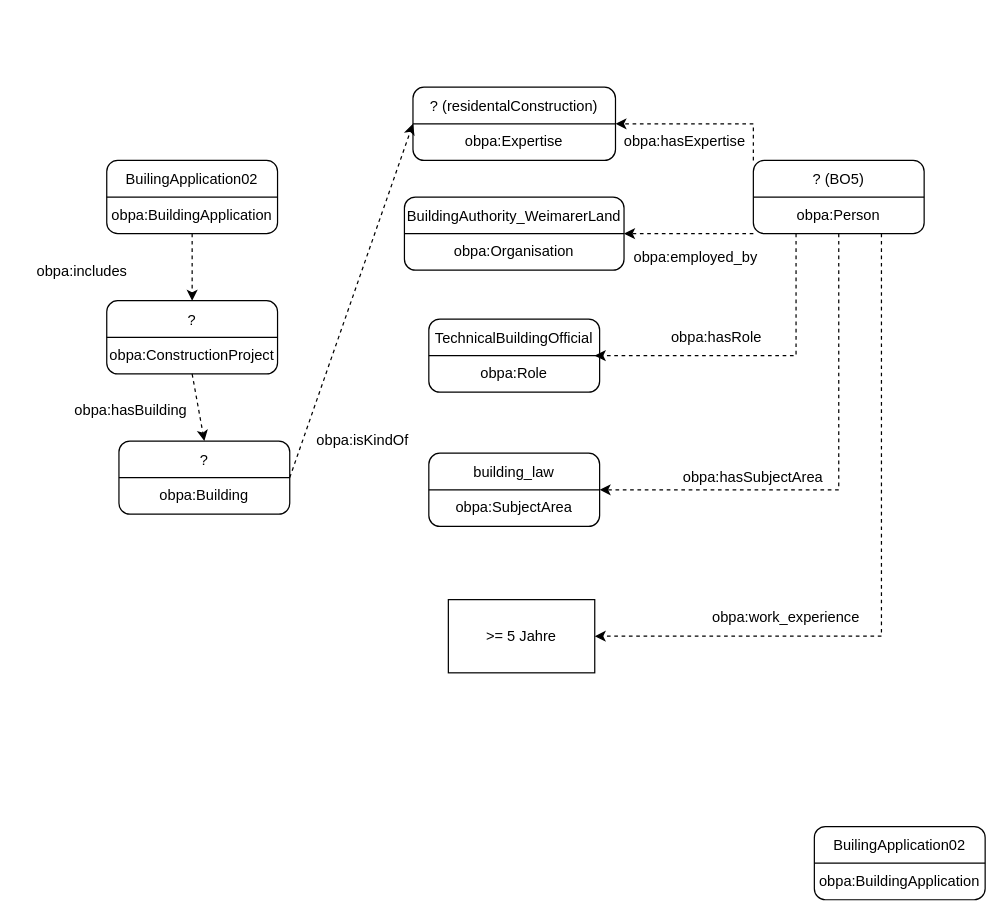
Before: OBPA-Diagrams/Unbenanntes Diagramm.drawio in SebSeis/OBPA, a draw.io diagram. Source tidied: cells renumbered, new cells numbered last; positions are measured from the earlier drawing's top-left corner, leaving out a move shared by most shapes. Both pictures are drawn from the tidied source at 122%, with x=0, y=0 at pixel (21, 87). Pictures stored in the file or linked from it are replaced by grey dashed boxes.
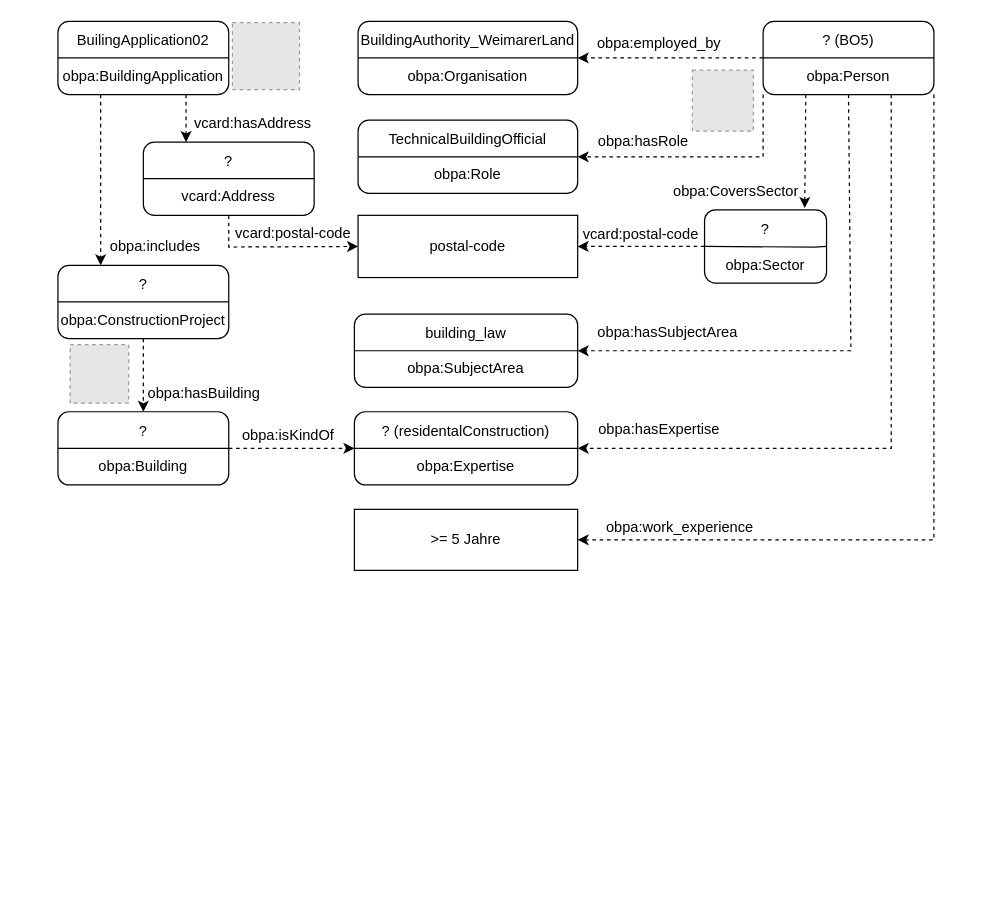
After the change.

The edit, as a diff of the source:
```diff
@@
     <mxCell id="2" value="BuilingApplication02&lt;br&gt;&lt;br&gt;obpa:BuildingApplication" style="rounded=1;whiteSpace=wrap;html=1;" parent="1" vertex="1">
-      <mxGeometry x="70" y="60" width="140" height="60" as="geometry" />
+      <mxGeometry x="30" y="-54" width="140" height="60" as="geometry" />
     </mxCell>
@@
     <mxCell id="4" value="?&lt;br&gt;&lt;br&gt;obpa:ConstructionProject" style="rounded=1;whiteSpace=wrap;html=1;" parent="1" vertex="1">
-      <mxGeometry x="70" y="175" width="140" height="60" as="geometry" />
+      <mxGeometry x="30" y="146" width="140" height="60" as="geometry" />
     </mxCell>
@@
-    <mxCell id="6" value="BuilingApplication02&lt;br&gt;&lt;br&gt;obpa:BuildingApplication" style="rounded=1;whiteSpace=wrap;html=1;" parent="1" vertex="1">
-      <mxGeometry x="650" y="606" width="140" height="60" as="geometry" />
+    <mxCell id="6" value="?&lt;br&gt;&lt;br&gt;vcard:Address" style="rounded=1;whiteSpace=wrap;html=1;" parent="1" vertex="1">
+      <mxGeometry x="100" y="45" width="140" height="60" as="geometry" />
     </mxCell>
@@
     <mxCell id="8" value="?&lt;br&gt;&lt;br&gt;obpa:Building" style="rounded=1;whiteSpace=wrap;html=1;" parent="1" vertex="1">
-      <mxGeometry x="80" y="290" width="140" height="60" as="geometry" />
+      <mxGeometry x="30" y="266" width="140" height="60" as="geometry" />
     </mxCell>
@@
     <mxCell id="10" value="? (residentalConstruction)&lt;br&gt;&lt;br&gt;obpa:Expertise" style="rounded=1;whiteSpace=wrap;html=1;" parent="1" vertex="1">
-      <mxGeometry x="321" width="166" height="60" as="geometry" />
+      <mxGeometry x="273" y="266" width="183" height="60" as="geometry" />
     </mxCell>
@@
     <mxCell id="12" value="building_law&lt;br&gt;&lt;br&gt;obpa:SubjectArea" style="rounded=1;whiteSpace=wrap;html=1;" parent="1" vertex="1">
-      <mxGeometry x="334" y="300" width="140" height="60" as="geometry" />
+      <mxGeometry x="273" y="186" width="183" height="60" as="geometry" />
     </mxCell>
@@
     <mxCell id="14" value="TechnicalBuildingOfficial&lt;br&gt;&lt;br&gt;obpa:Role" style="rounded=1;whiteSpace=wrap;html=1;" parent="1" vertex="1">
-      <mxGeometry x="334" y="190" width="140" height="60" as="geometry" />
+      <mxGeometry x="276" y="27" width="180" height="60" as="geometry" />
     </mxCell>
@@
     <mxCell id="16" value="BuildingAuthority_WeimarerLand&lt;br&gt;&lt;br&gt;obpa:Organisation" style="rounded=1;whiteSpace=wrap;html=1;" parent="1" vertex="1">
-      <mxGeometry x="314" y="90" width="180" height="60" as="geometry" />
+      <mxGeometry x="276" y="-54" width="180" height="60" as="geometry" />
     </mxCell>
@@
     <mxCell id="18" value="? (BO5)&lt;br&gt;&lt;br&gt;obpa:Person" style="rounded=1;whiteSpace=wrap;html=1;" parent="1" vertex="1">
-      <mxGeometry x="600" y="60" width="140" height="60" as="geometry" />
+      <mxGeometry x="608" y="-54" width="140" height="60" as="geometry" />
     </mxCell>
@@
     <mxCell id="20" style="endArrow=classic;html=1;rounded=0;dashed=1;entryX=1;entryY=0.5;entryDx=0;entryDy=0;exitX=0.5;exitY=1;exitDx=0;exitDy=0;" parent="1" edge="1" source="18" target="12">
       <mxGeometry relative="1" as="geometry">
         <Array as="points">
-          <mxPoint x="670" y="330" />
+          <mxPoint x="680" y="216" />
         </Array>
       </mxGeometry>
     </mxCell>
     <mxCell id="21" value="obpa:hasSubjectArea" style="text;html=1;strokeColor=none;fillColor=none;align=center;verticalAlign=middle;whiteSpace=wrap;rounded=0;" parent="1" vertex="1">
-      <mxGeometry x="550" y="305" width="100" height="30" as="geometry" />
+      <mxGeometry x="480" y="186" width="100" height="30" as="geometry" />
     </mxCell>
-    <mxCell id="22" style="endArrow=classic;html=1;rounded=0;dashed=1;exitX=0.25;exitY=1;exitDx=0;exitDy=0;" parent="1" edge="1" source="18">
+    <mxCell id="22" style="endArrow=classic;html=1;rounded=0;dashed=1;exitX=0;exitY=1;exitDx=0;exitDy=0;entryX=1;entryY=0.5;entryDx=0;entryDy=0;" parent="1" edge="1" source="18" target="14">
       <mxGeometry relative="1" as="geometry">
-        <mxPoint x="470" y="220" as="targetPoint" />
         <Array as="points">
-          <mxPoint x="635" y="220" />
+          <mxPoint x="608" y="57" />
         </Array>
       </mxGeometry>
     </mxCell>
     <mxCell id="23" value="obpa:hasRole" style="text;html=1;strokeColor=none;fillColor=none;align=center;verticalAlign=middle;whiteSpace=wrap;rounded=0;" parent="1" vertex="1">
-      <mxGeometry x="520" y="190" width="100" height="30" as="geometry" />
+      <mxGeometry x="460" y="30" width="100" height="30" as="geometry" />
     </mxCell>
     <mxCell id="24" value="&amp;gt;= 5 Jahre" style="rounded=0;whiteSpace=wrap;html=1;" parent="1" vertex="1">
-      <mxGeometry x="350" y="420" width="120" height="60" as="geometry" />
+      <mxGeometry x="273" y="346" width="183" height="50" as="geometry" />
     </mxCell>
-    <mxCell id="25" style="endArrow=classic;html=1;rounded=0;dashed=1;exitX=0.75;exitY=1;exitDx=0;exitDy=0;entryX=1;entryY=0.5;entryDx=0;entryDy=0;" parent="1" edge="1" source="18" target="24">
+    <mxCell id="25" style="endArrow=classic;html=1;rounded=0;dashed=1;exitX=1;exitY=1;exitDx=0;exitDy=0;entryX=1;entryY=0.5;entryDx=0;entryDy=0;" parent="1" edge="1" source="18" target="24">
       <mxGeometry relative="1" as="geometry">
         <Array as="points">
-          <mxPoint x="705" y="450" />
+          <mxPoint x="748" y="371" />
         </Array>
       </mxGeometry>
     </mxCell>
     <mxCell id="26" value="obpa:work_experience" style="text;html=1;strokeColor=none;fillColor=none;align=center;verticalAlign=middle;whiteSpace=wrap;rounded=0;" parent="1" vertex="1">
-      <mxGeometry x="577" y="420" width="100" height="30" as="geometry" />
+      <mxGeometry x="490" y="346" width="100" height="30" as="geometry" />
     </mxCell>
-    <mxCell id="27" style="endArrow=classic;html=1;rounded=0;dashed=1;exitX=0;exitY=1;exitDx=0;exitDy=0;entryX=1;entryY=0.5;entryDx=0;entryDy=0;" parent="1" edge="1" source="18" target="16">
+    <mxCell id="27" style="endArrow=classic;html=1;rounded=0;dashed=1;entryX=1;entryY=0.5;entryDx=0;entryDy=0;exitX=0;exitY=0.5;exitDx=0;exitDy=0;" parent="1" edge="1" source="18" target="16">
       <mxGeometry relative="1" as="geometry" />
     </mxCell>
     <mxCell id="28" value="obpa:employed_by" style="text;html=1;strokeColor=none;fillColor=none;align=center;verticalAlign=middle;whiteSpace=wrap;rounded=0;" parent="1" vertex="1">
-      <mxGeometry x="500" y="130" width="106" height="20" as="geometry" />
+      <mxGeometry x="470" y="-46" width="106" height="20" as="geometry" />
     </mxCell>
-    <mxCell id="29" style="endArrow=classic;html=1;rounded=0;dashed=1;exitX=0;exitY=0;exitDx=0;exitDy=0;entryX=1;entryY=0.5;entryDx=0;entryDy=0;" parent="1" edge="1" source="18" target="10">
+    <mxCell id="29" style="endArrow=classic;html=1;rounded=0;dashed=1;exitX=0.75;exitY=1;exitDx=0;exitDy=0;entryX=1;entryY=0.5;entryDx=0;entryDy=0;" parent="1" edge="1" source="18" target="10">
       <mxGeometry relative="1" as="geometry">
         <Array as="points">
-          <mxPoint x="600" y="30" />
+          <mxPoint x="713" y="296" />
         </Array>
       </mxGeometry>
     </mxCell>
     <mxCell id="30" value="obpa:hasExpertise" style="text;html=1;strokeColor=none;fillColor=none;align=center;verticalAlign=middle;whiteSpace=wrap;rounded=0;" parent="1" vertex="1">
-      <mxGeometry x="494" y="30" width="100" height="30" as="geometry" />
+      <mxGeometry x="473" y="266" width="100" height="30" as="geometry" />
     </mxCell>
-    <mxCell id="31" style="endArrow=classic;html=1;rounded=0;dashed=1;exitX=0.5;exitY=1;exitDx=0;exitDy=0;entryX=0.5;entryY=0;entryDx=0;entryDy=0;" parent="1" edge="1" source="2" target="4">
+    <mxCell id="31" style="endArrow=classic;html=1;rounded=0;dashed=1;exitX=0.25;exitY=1;exitDx=0;exitDy=0;entryX=0.25;entryY=0;entryDx=0;entryDy=0;" parent="1" edge="1" source="2" target="4">
       <mxGeometry relative="1" as="geometry" />
     </mxCell>
     <mxCell id="32" value="obpa:includes" style="text;html=1;strokeColor=none;fillColor=none;align=center;verticalAlign=middle;whiteSpace=wrap;rounded=0;" parent="1" vertex="1">
-      <mxGeometry y="136" width="100" height="30" as="geometry" />
+      <mxGeometry x="60" y="115.5" width="100" height="30" as="geometry" />
     </mxCell>
@@
     <mxCell id="34" value="obpa:hasBuilding" style="text;html=1;strokeColor=none;fillColor=none;align=center;verticalAlign=middle;whiteSpace=wrap;rounded=0;" parent="1" vertex="1">
-      <mxGeometry x="40" y="250" width="100" height="30" as="geometry" />
+      <mxGeometry x="100" y="236" width="100" height="30" as="geometry" />
     </mxCell>
@@
     <mxCell id="36" value="obpa:isKindOf" style="text;html=1;strokeColor=none;fillColor=none;align=center;verticalAlign=middle;whiteSpace=wrap;rounded=0;" parent="1" vertex="1">
-      <mxGeometry x="230" y="275" width="100" height="30" as="geometry" />
+      <mxGeometry x="169" y="271" width="100" height="30" as="geometry" />
     </mxCell>
+    <mxCell id="37" style="endArrow=classic;html=1;rounded=0;dashed=1;exitX=0.75;exitY=1;exitDx=0;exitDy=0;entryX=0.25;entryY=0;entryDx=0;entryDy=0;" parent="1" edge="1" source="2" target="6">
+      <mxGeometry relative="1" as="geometry" />
+    </mxCell>
+    <mxCell id="38" value="vcard:postal-code" style="text;html=1;strokeColor=none;fillColor=none;align=center;verticalAlign=middle;whiteSpace=wrap;rounded=0;" parent="1" vertex="1">
+      <mxGeometry x="173" y="105" width="100" height="30" as="geometry" />
+    </mxCell>
+    <mxCell id="39" style="endArrow=classic;html=1;rounded=0;dashed=1;exitX=0.5;exitY=1;exitDx=0;exitDy=0;entryX=0;entryY=0.5;entryDx=0;entryDy=0;" parent="1" edge="1" source="6" target="41">
+      <mxGeometry relative="1" as="geometry">
+        <Array as="points">
+          <mxPoint x="170" y="131" />
+        </Array>
+      </mxGeometry>
+    </mxCell>
+    <mxCell id="40" value="vcard:hasAddress" style="text;html=1;strokeColor=none;fillColor=none;align=center;verticalAlign=middle;whiteSpace=wrap;rounded=0;" parent="1" vertex="1">
+      <mxGeometry x="140" y="15" width="100" height="30" as="geometry" />
+    </mxCell>
+    <mxCell id="41" value="postal-code" style="rounded=0;whiteSpace=wrap;html=1;" parent="1" vertex="1">
+      <mxGeometry x="276" y="105" width="180" height="51" as="geometry" />
+    </mxCell>
+    <mxCell id="42" value="?&lt;br&gt;&lt;br&gt;obpa:Sector" style="rounded=1;whiteSpace=wrap;html=1;" parent="1" vertex="1">
+      <mxGeometry x="560" y="100.5" width="100" height="60" as="geometry" />
+    </mxCell>
+    <mxCell id="43" style="endArrow=none;html=1;rounded=0;exitX=0;exitY=0.5;exitDx=0;exitDy=0;entryX=1;entryY=0.5;entryDx=0;entryDy=0;" parent="1" edge="1" source="42" target="42">
+      <mxGeometry relative="1" as="geometry">
+        <Array as="points">
+          <mxPoint x="650" y="131" />
+        </Array>
+      </mxGeometry>
+    </mxCell>
+    <mxCell id="44" style="endArrow=classic;html=1;rounded=0;dashed=1;exitX=0.25;exitY=1;exitDx=0;exitDy=0;entryX=0.821;entryY=-0.025;entryDx=0;entryDy=0;entryPerimeter=0;" parent="1" edge="1" source="18" target="42">
+      <mxGeometry relative="1" as="geometry" />
+    </mxCell>
+    <mxCell id="45" style="endArrow=classic;html=1;rounded=0;dashed=1;exitX=0;exitY=0.5;exitDx=0;exitDy=0;entryX=1;entryY=0.5;entryDx=0;entryDy=0;" parent="1" edge="1" source="42" target="41">
+      <mxGeometry relative="1" as="geometry" />
+    </mxCell>
+    <mxCell id="46" value="obpa:CoversSector" style="text;html=1;strokeColor=none;fillColor=none;align=center;verticalAlign=middle;whiteSpace=wrap;rounded=0;" parent="1" vertex="1">
+      <mxGeometry x="536" y="70.5" width="100" height="30" as="geometry" />
+    </mxCell>
+    <mxCell id="47" value="vcard:postal-code" style="text;html=1;strokeColor=none;fillColor=none;align=center;verticalAlign=middle;whiteSpace=wrap;rounded=0;" parent="1" vertex="1">
+      <mxGeometry x="458" y="106" width="100" height="30" as="geometry" />
+    </mxCell>
+    <mxCell id="48" style="fillColor=#E6E6E6;strokeColor=#999999;dashed=1;verticalLabelPosition=bottom;labelBackgroundColor=default;verticalAlign=top;" parent="1" vertex="1">
+      <mxGeometry x="40" y="211" width="48" height="48" as="geometry" />
+    </mxCell>
+    <mxCell id="49" style="fillColor=#E6E6E6;strokeColor=#999999;dashed=1;verticalLabelPosition=bottom;labelBackgroundColor=default;verticalAlign=top;" parent="1" vertex="1">
+      <mxGeometry x="173" y="-53" width="55" height="55" as="geometry" />
+    </mxCell>
+    <mxCell id="50" style="fillColor=#E6E6E6;strokeColor=#999999;dashed=1;verticalLabelPosition=bottom;labelBackgroundColor=default;verticalAlign=top;" parent="1" vertex="1">
+      <mxGeometry x="550" y="-14" width="50" height="50" as="geometry" />
+    </mxCell>
```
